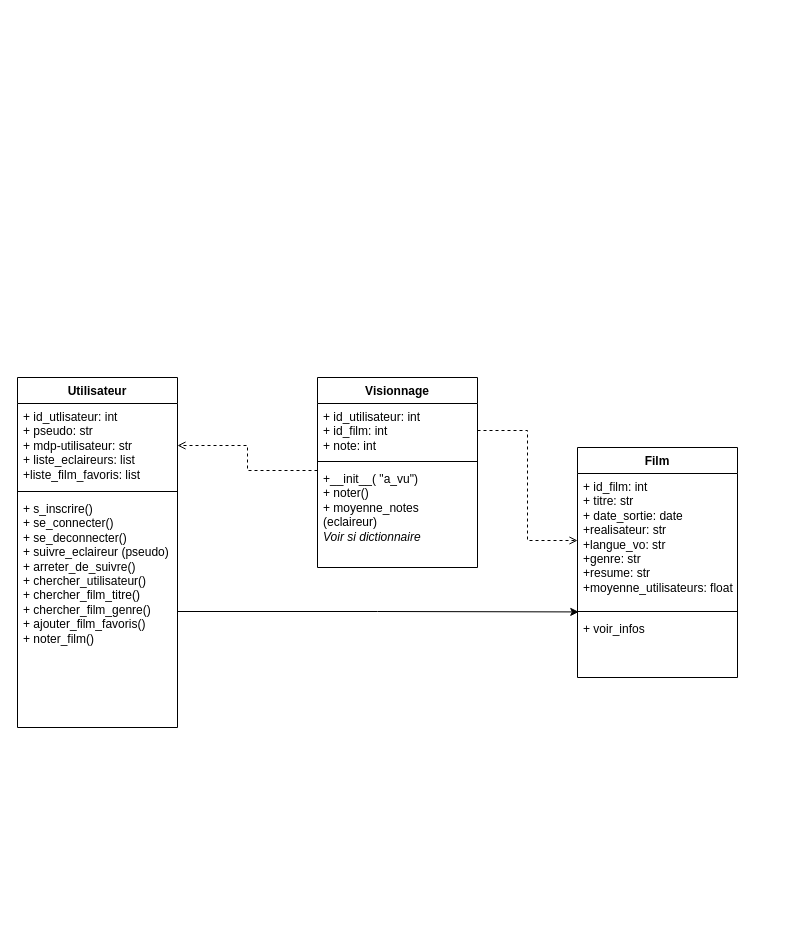
leolrl/Projet2A keeps this draw.io diagram as doc/Diagramme de classes - Projet info .drawio. Above is the earlier version. Source tidied: cells renumbered, new cells numbered last; positions are measured from the earlier drawing's top-left corner, leaving out a move shared by most shapes. Both pictures are drawn from the tidied source at 100%, with x=0, y=0 at pixel (17, 377).
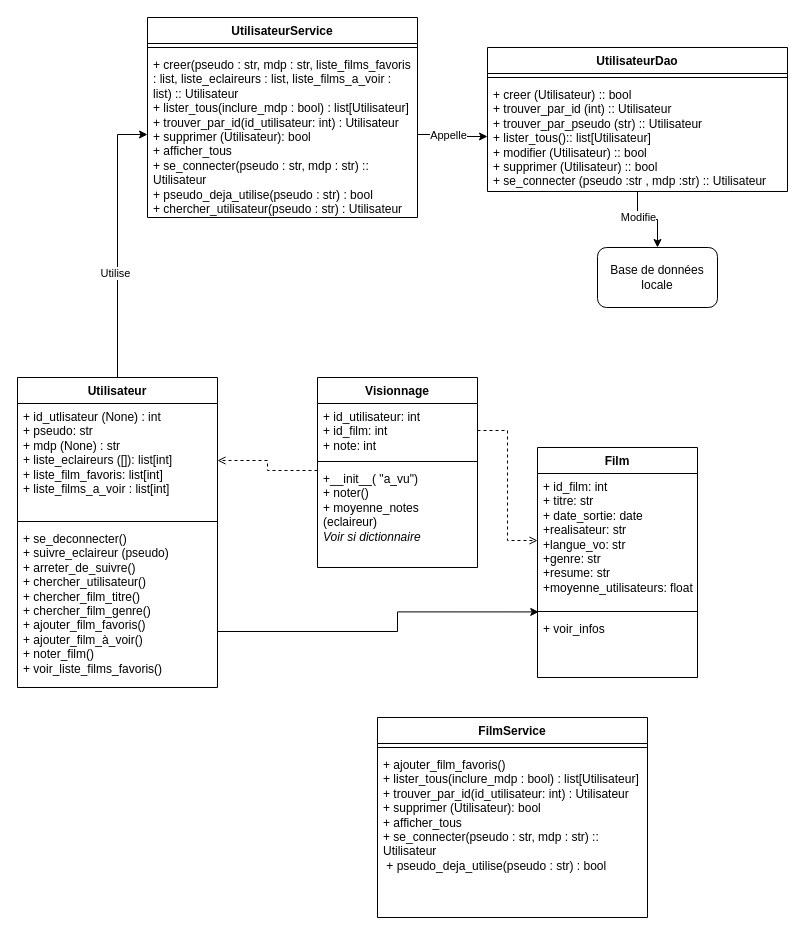
The same page after the edit.

Commit message:
Mettre à jour Diagramme de classes - Projet info .drawio

Unchanged cells that the change refers to:
```xml
<mxCell id="7" value="+ id_film: int&lt;div&gt;+ titre: str&lt;br&gt;&lt;div&gt;+ date_sortie: date&amp;nbsp;&lt;/div&gt;&lt;div&gt;+realisateur: str&lt;/div&gt;&lt;div&gt;+langue_vo: str&lt;/div&gt;&lt;div&gt;+genre: str&lt;/div&gt;&lt;div&gt;+resume: str&lt;/div&gt;&lt;div&gt;+moyenne_utilisateurs: float&lt;/div&gt;&lt;/div&gt;" style="text;strokeColor=none;fillColor=none;align=left;verticalAlign=top;spacingLeft=4;spacingRight=4;overflow=hidden;points=[[0,0.5],[1,0.5]];portConstraint=eastwest;whiteSpace=wrap;html=1;" parent="6" vertex="1">
  <mxGeometry y="26" width="160" height="134" as="geometry" />
</mxCell>
```

What changed in the source:
```diff
@@
+    <mxCell id="17" style="edgeStyle=orthogonalEdgeStyle;rounded=0;jettySize=auto;html=1;entryX=0;entryY=0.5;entryDx=0;entryDy=0;" parent="1" edge="1" source="2" target="26">
+      <mxGeometry relative="1" as="geometry" />
+    </mxCell>
+    <mxCell id="18" value="Utilise" style="edgeLabel;html=1;align=center;verticalAlign=middle;" parent="17" vertex="1">
+      <mxGeometry x="-0.23" y="3" relative="1" as="geometry" />
+    </mxCell>
     <mxCell id="2" value="Utilisateur" style="swimlane;fontStyle=1;align=center;verticalAlign=top;horizontal=1;startSize=26;whiteSpace=wrap;html=1;" parent="1" vertex="1">
-      <mxGeometry width="160" height="350" as="geometry" />
+      <mxGeometry width="200" height="310" as="geometry" />
     </mxCell>
-    <mxCell id="3" value="+ id_utlisateur: int&lt;div&gt;&lt;div&gt;+ pseudo: str&lt;/div&gt;&lt;div&gt;+ mdp-utilisateur: str&lt;/div&gt;&lt;div&gt;+ liste_eclaireurs: list&lt;/div&gt;&lt;/div&gt;&lt;div&gt;+liste_film_favoris: list&lt;/div&gt;" style="text;strokeColor=none;fillColor=none;align=left;verticalAlign=top;spacingLeft=4;spacingRight=4;overflow=hidden;points=[[0,0.5],[1,0.5]];portConstraint=eastwest;whiteSpace=wrap;html=1;" parent="2" vertex="1">
-      <mxGeometry y="26" width="160" height="84" as="geometry" />
+    <mxCell id="3" value="+ id_utlisateur (None) : int&lt;div&gt;&lt;div&gt;+ pseudo: str&lt;/div&gt;&lt;div&gt;+ mdp (None) : str&lt;/div&gt;&lt;div&gt;+ liste_eclaireurs ([]):&amp;nbsp;&lt;span style=&quot;background-color: initial;&quot;&gt;list[int]&lt;/span&gt;&lt;/div&gt;&lt;/div&gt;&lt;div&gt;+ liste_film_favoris:&amp;nbsp;&lt;span style=&quot;background-color: initial;&quot;&gt;list[int]&lt;/span&gt;&lt;/div&gt;&lt;div&gt;+ liste_films_a_voir : list[int]&lt;/div&gt;" style="text;strokeColor=none;fillColor=none;align=left;verticalAlign=top;spacingLeft=4;spacingRight=4;overflow=hidden;points=[[0,0.5],[1,0.5]];portConstraint=eastwest;whiteSpace=wrap;html=1;" parent="2" vertex="1">
+      <mxGeometry y="26" width="200" height="114" as="geometry" />
     </mxCell>
     <mxCell id="4" style="line;strokeWidth=1;fillColor=none;align=left;verticalAlign=middle;spacingTop=-1;spacingLeft=3;spacingRight=3;labelPosition=right;strokeColor=inherit;" parent="2" vertex="1">
-      <mxGeometry y="110" width="160" height="8" as="geometry" />
+      <mxGeometry y="140" width="200" height="8" as="geometry" />
     </mxCell>
-    <mxCell id="5" value="+ s_inscrire()&lt;div&gt;+ se_connecter()&lt;/div&gt;&lt;div&gt;+ se_deconnecter()&lt;/div&gt;&lt;div&gt;+ suivre_eclaireur (pseudo)&lt;/div&gt;&lt;div&gt;+ arreter_de_suivre()&lt;/div&gt;&lt;div&gt;+ chercher_utilisateur()&lt;div&gt;+ chercher_film_titre()&lt;/div&gt;&lt;div&gt;+ chercher_film_genre()&lt;/div&gt;&lt;div&gt;+ ajouter_film_favoris()&lt;/div&gt;&lt;div&gt;+ noter_film()&lt;/div&gt;&lt;/div&gt;" style="text;strokeColor=none;fillColor=none;align=left;verticalAlign=top;spacingLeft=4;spacingRight=4;overflow=hidden;points=[[0,0.5],[1,0.5]];portConstraint=eastwest;whiteSpace=wrap;html=1;" parent="2" vertex="1">
-      <mxGeometry y="118" width="160" height="232" as="geometry" />
+    <mxCell id="5" value="&lt;div&gt;+ se_deconnecter()&lt;/div&gt;&lt;div&gt;+ suivre_eclaireur (pseudo)&lt;/div&gt;&lt;div&gt;+ arreter_de_suivre()&lt;/div&gt;&lt;div&gt;+ chercher_utilisateur()&lt;div&gt;+ chercher_film_titre()&lt;/div&gt;&lt;div&gt;+ chercher_film_genre()&lt;/div&gt;&lt;div&gt;+ ajouter_film_favoris()&lt;/div&gt;&lt;div&gt;+ ajouter_film_à_voir()&lt;/div&gt;&lt;div&gt;+ noter_film()&lt;/div&gt;&lt;/div&gt;&lt;div&gt;+ voir_liste_films_favoris()&lt;/div&gt;" style="text;strokeColor=none;fillColor=none;align=left;verticalAlign=top;spacingLeft=4;spacingRight=4;overflow=hidden;points=[[0,0.5],[1,0.5]];portConstraint=eastwest;whiteSpace=wrap;html=1;" parent="2" vertex="1">
+      <mxGeometry y="148" width="200" height="162" as="geometry" />
     </mxCell>
     <mxCell id="6" value="Film" style="swimlane;fontStyle=1;align=center;verticalAlign=top;horizontal=1;startSize=26;whiteSpace=wrap;html=1;" parent="1" vertex="1">
-      <mxGeometry x="560" y="70" width="160" height="230" as="geometry" />
+      <mxGeometry x="520" y="70" width="160" height="230" as="geometry" />
     </mxCell>
@@
     <mxCell id="16" style="edgeStyle=orthogonalEdgeStyle;rounded=0;jettySize=auto;html=1;exitX=1;exitY=0.5;exitDx=0;exitDy=0;entryX=0.008;entryY=1.033;entryDx=0;entryDy=0;entryPerimeter=0;" parent="1" edge="1" source="5" target="7">
-      <mxGeometry relative="1" as="geometry" />
+      <mxGeometry relative="1" as="geometry">
+        <Array as="points">
+          <mxPoint x="380" y="254" />
+          <mxPoint x="380" y="234" />
+        </Array>
+      </mxGeometry>
     </mxCell>
+    <mxCell id="19" style="edgeStyle=orthogonalEdgeStyle;rounded=0;jettySize=auto;html=1;entryX=0.5;entryY=0;entryDx=0;entryDy=0;" parent="1" edge="1" source="21" target="29">
+      <mxGeometry relative="1" as="geometry" />
+    </mxCell>
+    <mxCell id="20" value="Modifie" style="edgeLabel;html=1;align=center;verticalAlign=middle;" parent="19" vertex="1">
+      <mxGeometry x="-0.34" relative="1" as="geometry" />
+    </mxCell>
+    <mxCell id="21" value="UtilisateurDao" style="swimlane;fontStyle=1;align=center;verticalAlign=top;horizontal=1;startSize=26;whiteSpace=wrap;html=1;" parent="1" vertex="1">
+      <mxGeometry x="470" y="-330" width="300" height="144" as="geometry" />
+    </mxCell>
+    <mxCell id="22" style="line;strokeWidth=1;fillColor=none;align=left;verticalAlign=middle;spacingTop=-1;spacingLeft=3;spacingRight=3;labelPosition=right;strokeColor=inherit;" parent="21" vertex="1">
+      <mxGeometry y="26" width="300" height="8" as="geometry" />
+    </mxCell>
+    <mxCell id="23" value="+ creer (Utilisateur) :: bool&amp;nbsp;&lt;div&gt;+ trouver_par_id (int) :: Utilisateur&lt;/div&gt;&lt;div&gt;+ trouver_par_pseudo (str) :: Utilisateur&lt;br&gt;&lt;/div&gt;&lt;div&gt;+ lister_tous():: list[Utilisateur]&lt;/div&gt;&lt;div&gt;+ modifier (Utilisateur) :: bool&amp;nbsp;&lt;/div&gt;&lt;div&gt;+ supprimer (&lt;span style=&quot;background-color: initial;&quot;&gt;Utilisateur&lt;/span&gt;&lt;span style=&quot;background-color: initial;&quot;&gt;) :: bool&lt;/span&gt;&lt;/div&gt;&lt;div&gt;+ se_connecter (pseudo :str , mdp :str) :: Utilisateur&amp;nbsp;&lt;/div&gt;&lt;div&gt;&amp;nbsp;&lt;/div&gt;" style="text;strokeColor=none;fillColor=none;align=left;verticalAlign=top;spacingLeft=4;spacingRight=4;overflow=hidden;points=[[0,0.5],[1,0.5]];portConstraint=eastwest;whiteSpace=wrap;html=1;" parent="21" vertex="1">
+      <mxGeometry y="34" width="300" height="110" as="geometry" />
+    </mxCell>
+    <mxCell id="24" value="UtilisateurService" style="swimlane;fontStyle=1;align=center;verticalAlign=top;horizontal=1;startSize=26;whiteSpace=wrap;html=1;" parent="1" vertex="1">
+      <mxGeometry x="130" y="-360" width="270" height="200" as="geometry" />
+    </mxCell>
+    <mxCell id="25" style="line;strokeWidth=1;fillColor=none;align=left;verticalAlign=middle;spacingTop=-1;spacingLeft=3;spacingRight=3;labelPosition=right;strokeColor=inherit;" parent="24" vertex="1">
+      <mxGeometry y="26" width="270" height="8" as="geometry" />
+    </mxCell>
+    <mxCell id="26" value="+ creer(pseudo : str, mdp : str, liste_films_favoris : list, liste_eclaireurs : list&lt;span style=&quot;background-color: initial;&quot;&gt;, liste_films_a_voir : list) :: Utilisateur&lt;/span&gt;&lt;div&gt;&lt;span style=&quot;background-color: initial;&quot;&gt;+ lister_tous(inclure_mdp : bool) : list[Utilisateur]&lt;/span&gt;&lt;/div&gt;&lt;div&gt;&lt;span style=&quot;background-color: initial;&quot;&gt;+ trouver_par_id(id_utilisateur: int) : Utilisateur&lt;/span&gt;&lt;/div&gt;&lt;div&gt;+ supprimer (Utilisateur): bool&lt;/div&gt;&lt;div&gt;+ afficher_tous&lt;/div&gt;&lt;div&gt;+ se_connecter(pseudo : str, mdp : str) :: Utilisateur&lt;/div&gt;&lt;div&gt;+ pseudo_deja_utilise(pseudo : str) : bool&lt;/div&gt;&lt;div&gt;+ chercher_utilisateur(pseudo : str) : Utilisateur&amp;nbsp;&lt;/div&gt;" style="text;strokeColor=none;fillColor=none;align=left;verticalAlign=top;spacingLeft=4;spacingRight=4;overflow=hidden;points=[[0,0.5],[1,0.5]];portConstraint=eastwest;whiteSpace=wrap;html=1;" parent="24" vertex="1">
+      <mxGeometry y="34" width="270" height="166" as="geometry" />
+    </mxCell>
+    <mxCell id="27" style="edgeStyle=orthogonalEdgeStyle;rounded=0;jettySize=auto;html=1;entryX=0;entryY=0.5;entryDx=0;entryDy=0;" parent="1" edge="1" source="26" target="23">
+      <mxGeometry relative="1" as="geometry" />
+    </mxCell>
+    <mxCell id="28" value="Appelle" style="edgeLabel;html=1;align=center;verticalAlign=middle;" parent="27" vertex="1">
+      <mxGeometry x="0.12" y="1" relative="1" as="geometry">
+        <mxPoint x="-8" y="-1" as="offset" />
+      </mxGeometry>
+    </mxCell>
+    <mxCell id="29" value="Base de données locale" style="rounded=1;whiteSpace=wrap;html=1;" parent="1" vertex="1">
+      <mxGeometry x="580" y="-130" width="120" height="60" as="geometry" />
+    </mxCell>
+    <mxCell id="30" value="FilmService" style="swimlane;fontStyle=1;align=center;verticalAlign=top;horizontal=1;startSize=26;whiteSpace=wrap;html=1;" parent="1" vertex="1">
+      <mxGeometry x="360" y="340" width="270" height="200" as="geometry" />
+    </mxCell>
+    <mxCell id="31" style="line;strokeWidth=1;fillColor=none;align=left;verticalAlign=middle;spacingTop=-1;spacingLeft=3;spacingRight=3;labelPosition=right;strokeColor=inherit;" parent="30" vertex="1">
+      <mxGeometry y="26" width="270" height="8" as="geometry" />
+    </mxCell>
+    <mxCell id="32" value="+ ajouter_film_favoris()&lt;div&gt;&lt;span style=&quot;background-color: initial;&quot;&gt;+ lister_tous(inclure_mdp : bool) : list[Utilisateur]&lt;/span&gt;&lt;/div&gt;&lt;div&gt;&lt;span style=&quot;background-color: initial;&quot;&gt;+ trouver_par_id(id_utilisateur: int) : Utilisateur&lt;/span&gt;&lt;/div&gt;&lt;div&gt;+ supprimer (Utilisateur): bool&lt;/div&gt;&lt;div&gt;+ afficher_tous&lt;/div&gt;&lt;div&gt;+ se_connecter(pseudo : str, mdp : str) :: Utilisateur&lt;/div&gt;&lt;div&gt;&amp;nbsp;+ pseudo_deja_utilise(pseudo : str) : bool&lt;/div&gt;" style="text;strokeColor=none;fillColor=none;align=left;verticalAlign=top;spacingLeft=4;spacingRight=4;overflow=hidden;whiteSpace=wrap;html=1;" parent="30" vertex="1">
+      <mxGeometry y="34" width="270" height="166" as="geometry" />
+    </mxCell>
```
